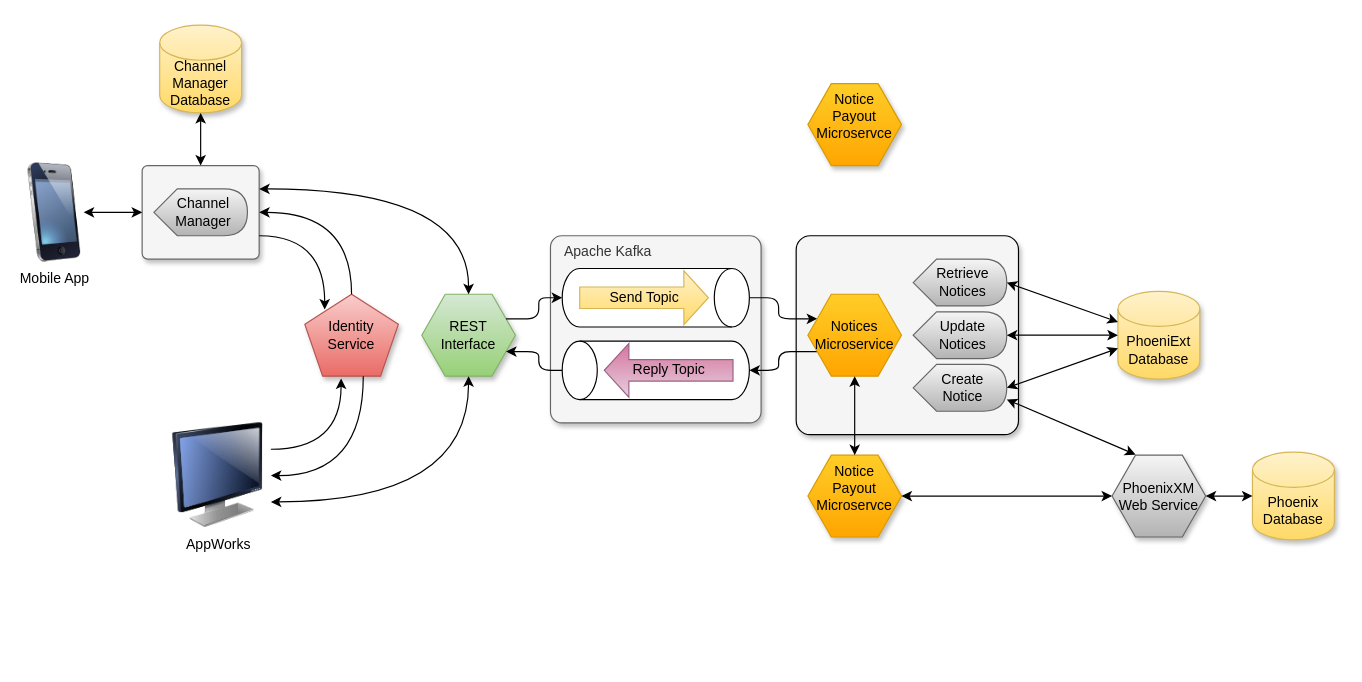
Before: Untitled Diagram.drawio in badenhorstp/readme, a draw.io diagram. Source tidied: cells renumbered, new cells numbered last; positions are measured from the earlier drawing's top-left corner, leaving out a move shared by most shapes. Both pictures are drawn from the tidied source at 117%, with x=0, y=0 at pixel (25, 25). Pictures stored in the file or linked from it are replaced by grey dashed boxes.
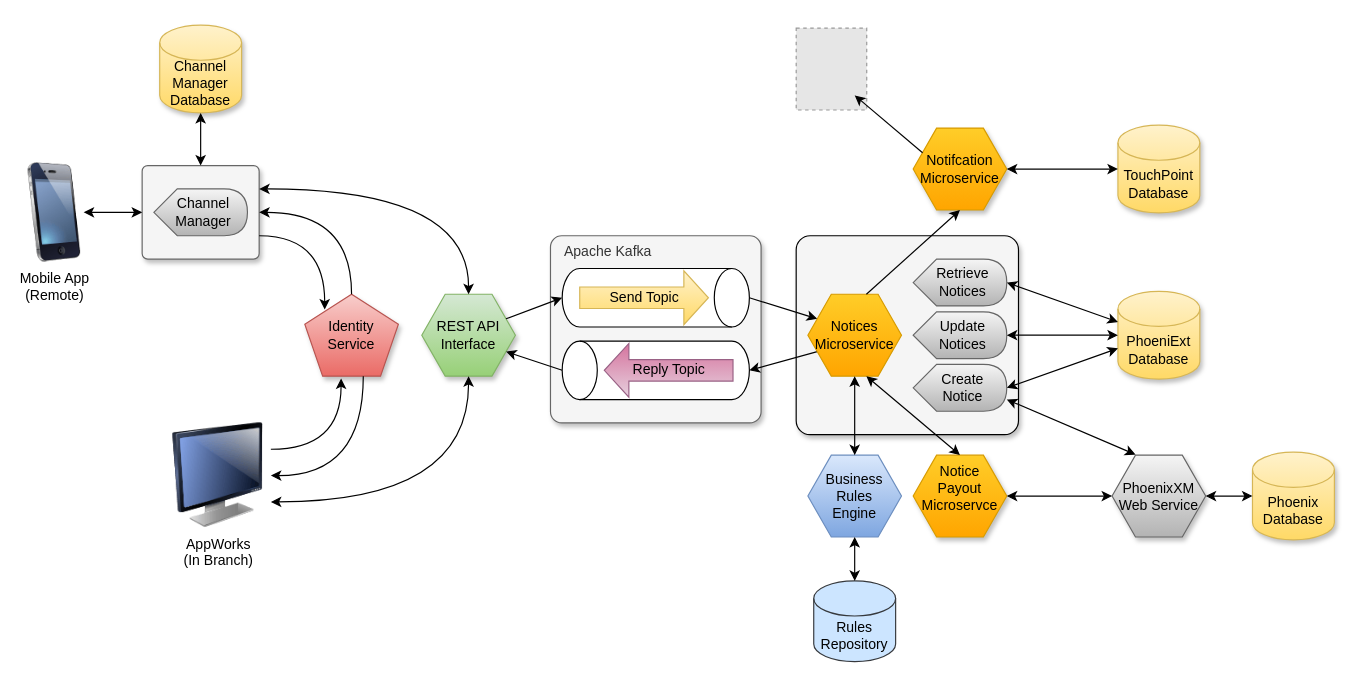
The same page after the edit.

The change refers to these unchanged cells:
```xml
<mxCell id="7" style="shape=cylinder3;whiteSpace=wrap;html=1;boundedLbl=1;backgroundOutline=1;size=15;direction=south;" parent="1" vertex="1">
  <mxGeometry x="459" y="208" width="160" height="50" as="geometry" />
</mxCell>
<mxCell id="10" style="shape=cylinder3;whiteSpace=wrap;html=1;boundedLbl=1;backgroundOutline=1;size=15;direction=north;" parent="1" vertex="1">
  <mxGeometry x="459" y="270" width="160" height="50" as="geometry" />
</mxCell>
<mxCell id="13" value="Notices&lt;br&gt;Microservice" style="shape=hexagon;perimeter=hexagonPerimeter2;whiteSpace=wrap;html=1;fixedSize=1;fillColor=#ffcd28;strokeColor=#d79b00;shadow=0;gradientColor=#ffa500;verticalAlign=middle;" parent="1" vertex="1">
  <mxGeometry x="669" y="230" width="80" height="70" as="geometry" />
</mxCell>
```

The edit, as a diff of the source:
```diff
@@
-    <mxCell id="3" value="Mobile App" style="image;html=1;image=img/lib/clip_art/telecommunication/iPhone_128x128.png;" parent="1" vertex="1">
+    <mxCell id="3" value="Mobile App&lt;br&gt;(Remote)" style="image;html=1;image=img/lib/clip_art/telecommunication/iPhone_128x128.png;" parent="1" vertex="1">
       <mxGeometry y="117.5" width="50" height="85" as="geometry" />
     </mxCell>
-    <mxCell id="4" value="REST &lt;br&gt;Interface" style="shape=hexagon;perimeter=hexagonPerimeter2;whiteSpace=wrap;html=1;fixedSize=1;fillColor=#d5e8d4;strokeColor=#82b366;shadow=1;rounded=0;gradientColor=#97d077;" parent="1" vertex="1">
+    <mxCell id="4" value="REST API&lt;br&gt;Interface" style="shape=hexagon;perimeter=hexagonPerimeter2;whiteSpace=wrap;html=1;fixedSize=1;fillColor=#d5e8d4;strokeColor=#82b366;shadow=1;rounded=0;gradientColor=#97d077;" parent="1" vertex="1">
       <mxGeometry x="339" y="230" width="80" height="70" as="geometry" />
     </mxCell>
@@
-    <mxCell id="6" style="edgeStyle=orthogonalEdgeStyle;jettySize=auto;html=1;exitX=0.5;exitY=0;exitDx=0;exitDy=0;exitPerimeter=0;entryX=0;entryY=0.25;entryDx=0;entryDy=0;" parent="1" edge="1" source="7" target="13">
+    <mxCell id="6" style="jettySize=auto;html=1;exitX=0.5;exitY=0;exitDx=0;exitDy=0;exitPerimeter=0;entryX=0;entryY=0.25;entryDx=0;entryDy=0;" parent="1" edge="1" source="7" target="13">
       <mxGeometry relative="1" as="geometry" />
     </mxCell>
@@
-    <mxCell id="9" style="edgeStyle=orthogonalEdgeStyle;jettySize=auto;html=1;exitX=0.5;exitY=0;exitDx=0;exitDy=0;exitPerimeter=0;entryX=1;entryY=0.75;entryDx=0;entryDy=0;" parent="1" edge="1" source="10" target="4">
+    <mxCell id="9" style="jettySize=auto;html=1;exitX=0.5;exitY=0;exitDx=0;exitDy=0;exitPerimeter=0;entryX=1;entryY=0.75;entryDx=0;entryDy=0;" parent="1" edge="1" source="10" target="4">
       <mxGeometry relative="1" as="geometry" />
     </mxCell>
@@
-    <mxCell id="12" style="edgeStyle=orthogonalEdgeStyle;jettySize=auto;html=1;exitX=0;exitY=0.75;exitDx=0;exitDy=0;entryX=0.5;entryY=1;entryDx=0;entryDy=0;entryPerimeter=0;" parent="1" edge="1" source="13" target="10">
+    <mxCell id="12" style="jettySize=auto;html=1;exitX=0;exitY=0.75;exitDx=0;exitDy=0;entryX=0.5;entryY=1;entryDx=0;entryDy=0;entryPerimeter=0;" parent="1" edge="1" source="13" target="10">
       <mxGeometry relative="1" as="geometry" />
     </mxCell>
@@
-    <mxCell id="15" style="edgeStyle=orthogonalEdgeStyle;jettySize=auto;html=1;exitX=1;exitY=0.25;exitDx=0;exitDy=0;entryX=0.5;entryY=1;entryDx=0;entryDy=0;entryPerimeter=0;" parent="1" edge="1" source="4" target="7">
+    <mxCell id="15" style="jettySize=auto;html=1;exitX=1;exitY=0.25;exitDx=0;exitDy=0;entryX=0.5;entryY=1;entryDx=0;entryDy=0;entryPerimeter=0;" parent="1" edge="1" source="4" target="7">
       <mxGeometry relative="1" as="geometry" />
     </mxCell>
@@
-    <mxCell id="20" value="AppWorks" style="image;html=1;image=img/lib/clip_art/computers/Monitor_128x128.png;fillColor=#F5F5F5;" parent="1" vertex="1">
+    <mxCell id="20" value="AppWorks&lt;br&gt;(In Branch)" style="image;html=1;image=img/lib/clip_art/computers/Monitor_128x128.png;fillColor=#F5F5F5;" parent="1" vertex="1">
       <mxGeometry x="120" y="340" width="90" height="90" as="geometry" />
     </mxCell>
@@
     <mxCell id="22" value="Notice&lt;br&gt;Payout&lt;br&gt;Microservce" style="shape=hexagon;perimeter=hexagonPerimeter2;whiteSpace=wrap;html=1;fixedSize=1;strokeColor=#d79b00;shadow=1;fillColor=#ffcd28;gradientColor=#ffa500;verticalAlign=top;" parent="1" vertex="1">
-      <mxGeometry x="669" y="367.5" width="80" height="70" as="geometry" />
+      <mxGeometry x="759" y="367.5" width="80" height="70" as="geometry" />
     </mxCell>
@@
-    <mxCell id="39" style="endArrow=classic;startArrow=classic;html=1;fontColor=#F5F5F5;entryX=0.5;entryY=1;entryDx=0;entryDy=0;exitX=0.5;exitY=0;exitDx=0;exitDy=0;" parent="1" edge="1" source="22" target="13">
+    <mxCell id="39" style="endArrow=classic;startArrow=classic;html=1;fontColor=#F5F5F5;entryX=0.625;entryY=1;entryDx=0;entryDy=0;exitX=0.5;exitY=0;exitDx=0;exitDy=0;" parent="1" edge="1" source="22" target="13">
       <mxGeometry relative="1" as="geometry" />
     </mxCell>
@@
-    <mxCell id="42" value="Notice&lt;br&gt;Payout&lt;br&gt;Microservce" style="shape=hexagon;perimeter=hexagonPerimeter2;whiteSpace=wrap;html=1;fixedSize=1;strokeColor=#d79b00;shadow=1;fillColor=#ffcd28;gradientColor=#ffa500;verticalAlign=top;" parent="1" vertex="1">
-      <mxGeometry x="669" y="50" width="80" height="70" as="geometry" />
+    <mxCell id="42" value="Notifcation&lt;br&gt;Microservice" style="shape=hexagon;perimeter=hexagonPerimeter2;whiteSpace=wrap;html=1;fixedSize=1;strokeColor=#d79b00;shadow=1;fillColor=#ffcd28;gradientColor=#ffa500;verticalAlign=middle;" parent="1" vertex="1">
+      <mxGeometry x="759" y="88" width="80" height="70" as="geometry" />
     </mxCell>
+    <mxCell id="43" style="endArrow=classic;html=1;fontColor=#F5F5F5;entryX=0.5;entryY=1;entryDx=0;entryDy=0;exitX=0.625;exitY=0;exitDx=0;exitDy=0;" parent="1" edge="1" source="13" target="42">
+      <mxGeometry relative="1" as="geometry" />
+    </mxCell>
+    <mxCell id="44" value="TouchPoint&lt;br&gt;Database" style="shape=cylinder3;whiteSpace=wrap;html=1;boundedLbl=1;backgroundOutline=1;size=15;fillColor=#fff2cc;strokeColor=#d6b656;gradientColor=#ffd966;shadow=1;" parent="1" vertex="1">
+      <mxGeometry x="934" y="85.5" width="70" height="75" as="geometry" />
+    </mxCell>
+    <mxCell id="45" style="endArrow=classic;startArrow=classic;html=1;fontColor=#F5F5F5;exitX=1;exitY=0.5;exitDx=0;exitDy=0;entryX=0;entryY=0.5;entryDx=0;entryDy=0;entryPerimeter=0;" parent="1" edge="1" source="42" target="44">
+      <mxGeometry relative="1" as="geometry" />
+    </mxCell>
+    <mxCell id="46" value="Business Rules&lt;br&gt;Engine" style="shape=hexagon;perimeter=hexagonPerimeter2;whiteSpace=wrap;html=1;fixedSize=1;fillColor=#dae8fc;strokeColor=#6c8ebf;shadow=0;gradientColor=#7ea6e0;" parent="1" vertex="1">
+      <mxGeometry x="669" y="367.5" width="80" height="70" as="geometry" />
+    </mxCell>
+    <mxCell id="47" style="endArrow=classic;startArrow=classic;html=1;fontColor=#F5F5F5;entryX=0.5;entryY=1;entryDx=0;entryDy=0;exitX=0.5;exitY=0;exitDx=0;exitDy=0;" parent="1" edge="1" source="46" target="13">
+      <mxGeometry relative="1" as="geometry" />
+    </mxCell>
+    <mxCell id="48" value="Rules&lt;br&gt;Repository" style="shape=cylinder3;whiteSpace=wrap;html=1;boundedLbl=1;backgroundOutline=1;size=15;rounded=0;shadow=0;glass=0;sketch=0;align=center;fillColor=#cce5ff;strokeColor=#36393d;" parent="1" vertex="1">
+      <mxGeometry x="674" y="475" width="70" height="69" as="geometry" />
+    </mxCell>
+    <mxCell id="49" style="endArrow=classic;startArrow=classic;html=1;fontColor=#F5F5F5;entryX=0.5;entryY=1;entryDx=0;entryDy=0;exitX=0.5;exitY=0;exitDx=0;exitDy=0;exitPerimeter=0;" parent="1" edge="1" source="48" target="46">
+      <mxGeometry relative="1" as="geometry" />
+    </mxCell>
+    <mxCell id="50" style="fillColor=#E6E6E6;strokeColor=#999999;dashed=1;verticalLabelPosition=bottom;verticalAlign=top;fontColor=#F5F5F5;" parent="1" vertex="1">
+      <mxGeometry x="659" y="2.5" width="60.3" height="70" as="geometry" />
+    </mxCell>
+    <mxCell id="51" style="endArrow=classic;html=1;fontColor=#F5F5F5;exitX=0;exitY=0.25;exitDx=0;exitDy=0;" parent="1" edge="1" source="42">
+      <mxGeometry relative="1" as="geometry">
+        <mxPoint x="709" y="60" as="targetPoint" />
+      </mxGeometry>
+    </mxCell>
```
